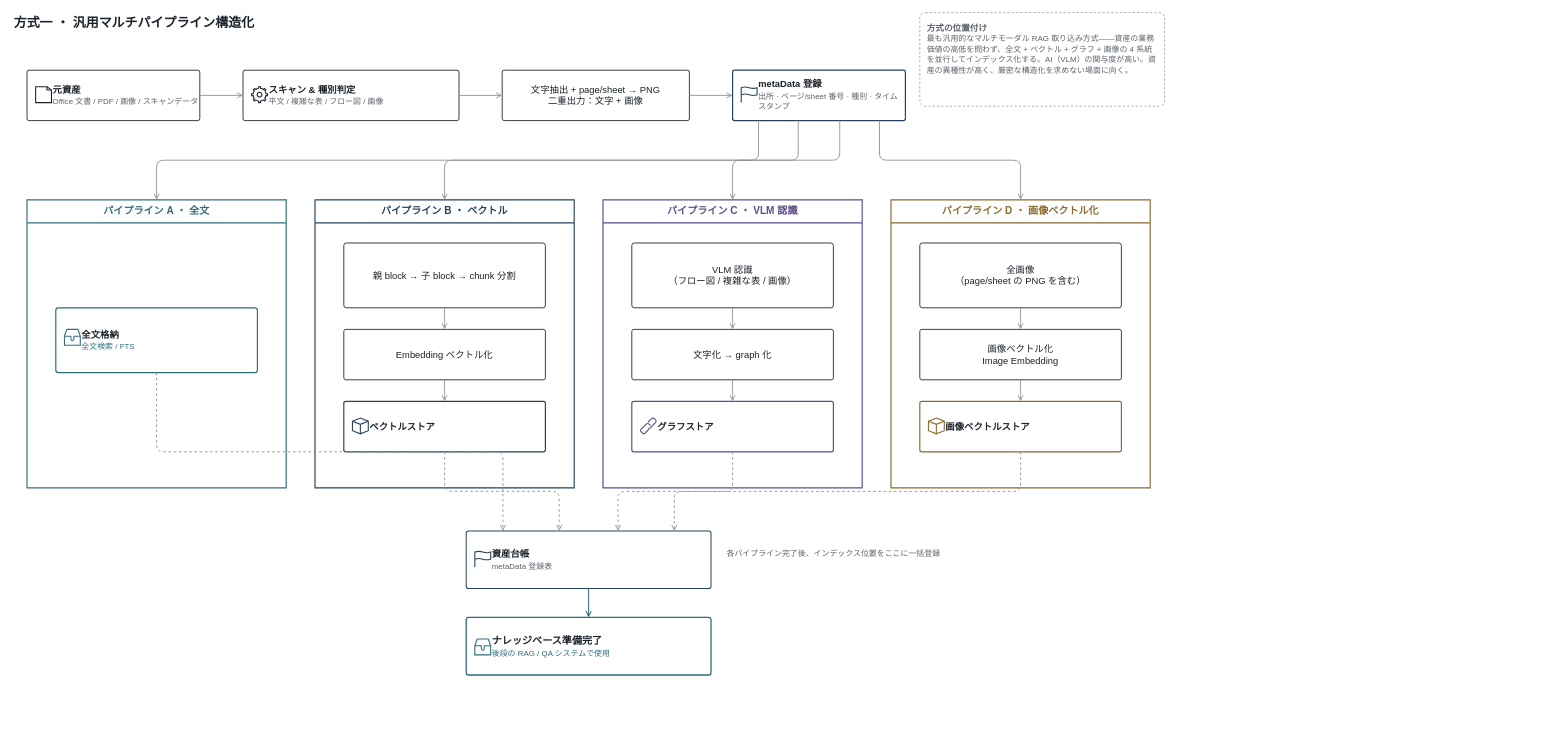
The draw.io diagram docs/public/diagrams/asset-structuring-01-general-ja.drawio in tiand23/AICompass, before the edit. Source tidied: cells renumbered, new cells numbered last; positions are measured from the earlier drawing's top-left corner, leaving out a move shared by most shapes. Both pictures are drawn from the tidied source at 72%, with x=0, y=0 at pixel (12, 12).
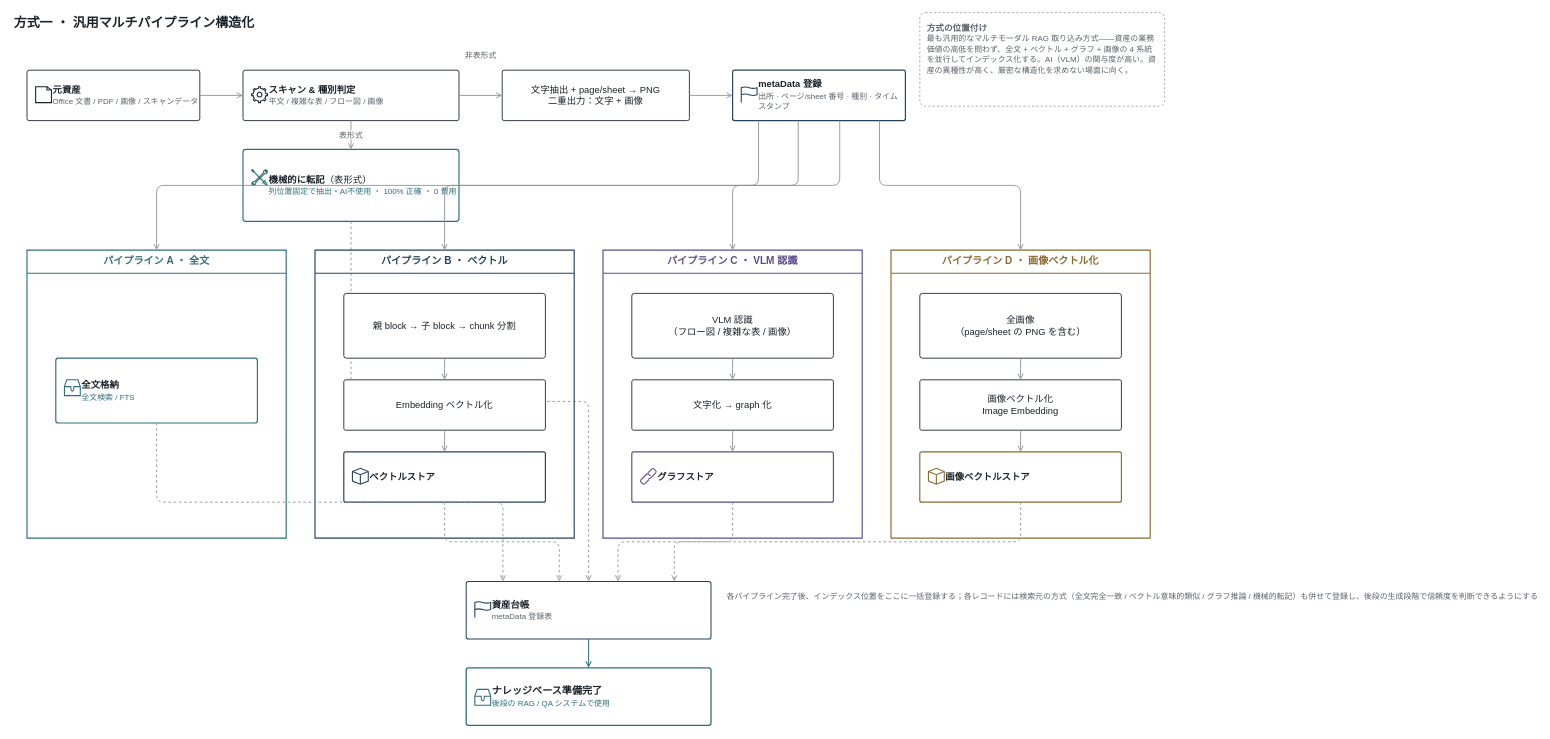
The same page after the edit.

The change refers to these unchanged cells:
```xml
<mxCell id="6" value="&lt;b&gt;スキャン &amp; 種別判定&lt;/b&gt;&lt;br&gt;&lt;font color=#5B6169 style=&quot;font-size:11px&quot;&gt;平文 / 複雑な表 / フロー図 / 画像&lt;/font&gt;" style="rounded=1;arcSize=4;whiteSpace=wrap;html=1;fillColor=#FFFFFF;strokeColor=#1B2229;strokeWidth=1.2;align=left;verticalAlign=middle;spacingLeft=34;fontSize=13;fontColor=#1B2229;fontFamily=Helvetica;" parent="1" vertex="1">
  <mxGeometry x="320" y="80" width="300" height="70" as="geometry" />
</mxCell>
<mxCell id="8" value="文字抽出 + page/sheet → PNG&#10;二重出力：文字 + 画像" style="rounded=1;arcSize=4;whiteSpace=wrap;html=1;fillColor=#FFFFFF;strokeColor=#1B2229;strokeWidth=1.2;fontSize=13;fontColor=#1B2229;fontFamily=Helvetica;" parent="1" vertex="1">
  <mxGeometry x="680" y="80" width="260" height="70" as="geometry" />
</mxCell>
```

Change to the diagram source:
```diff
@@
-    <mxCell id="12" style="edgeStyle=orthogonalEdgeStyle;rounded=1;html=1;jettySize=auto;strokeWidth=1.2;strokeColor=#8A8F96;endArrow=open;endFill=0;" parent="1" edge="1" source="6" target="8">
-      <mxGeometry relative="1" as="geometry" />
+    <mxCell id="12" value="非表形式" style="edgeStyle=orthogonalEdgeStyle;rounded=1;html=1;jettySize=auto;strokeWidth=1.2;strokeColor=#8A8F96;endArrow=open;endFill=0;fontSize=11;fontColor=#5B6169;labelBackgroundColor=#FFFFFF;" parent="1" edge="1" source="6" target="8">
+      <mxGeometry relative="1" as="geometry">
+        <mxPoint y="-55" as="offset" />
+      </mxGeometry>
     </mxCell>
@@
+    <mxCell id="52" value="&lt;b&gt;機械的に転記&lt;/b&gt;（表形式）&lt;br&gt;&lt;font color=#2E6E7A style=&quot;font-size:11px&quot;&gt;列位置固定で抽出・AI不使用 ・ 100% 正確 ・ 0 費用&lt;/font&gt;" style="rounded=1;arcSize=4;whiteSpace=wrap;html=1;fillColor=#FFFFFF;strokeColor=#2E6E7A;strokeWidth=1.6;align=left;verticalAlign=middle;spacingLeft=34;fontSize=13;fontColor=#1B2229;fontFamily=Helvetica;" parent="1" vertex="1">
+      <mxGeometry x="320" y="190" width="300" height="100" as="geometry" />
+    </mxCell>
+    <mxCell id="53" style="shape=mxgraph.ios7.icons.tools;html=1;strokeColor=#2E6E7A;fillColor=none;strokeWidth=1.5;" parent="1" vertex="1">
+      <mxGeometry x="332" y="218" width="22" height="22" as="geometry" />
+    </mxCell>
+    <mxCell id="54" value="表形式" style="edgeStyle=orthogonalEdgeStyle;rounded=1;html=1;jettySize=auto;strokeWidth=1.2;strokeColor=#8A8F96;endArrow=open;endFill=0;fontSize=11;fontColor=#5B6169;labelBackgroundColor=#FFFFFF;exitX=0.5;exitY=1;entryX=0.5;entryY=0;" parent="1" edge="1" source="6" target="52">
+      <mxGeometry relative="1" as="geometry" />
+    </mxCell>
+    <mxCell id="55" style="edgeStyle=orthogonalEdgeStyle;rounded=1;html=1;dashed=1;strokeWidth=1.2;strokeColor=#8A8F96;endArrow=open;endFill=0;exitX=0.5;exitY=1;entryX=0.5;entryY=0;" parent="1" edge="1" source="52" target="42">
+      <mxGeometry relative="1" as="geometry" />
+    </mxCell>
     <mxCell id="14" value="パイプライン A ・ 全文" style="swimlane;startSize=32;arcSize=2;whiteSpace=wrap;html=1;fillColor=none;strokeColor=#2E6E7A;fontSize=14;fontStyle=1;verticalAlign=top;fontColor=#2E6E7A;strokeWidth=1.6;fontFamily=Helvetica;swimlaneFillColor=none;" parent="1" vertex="1">
-      <mxGeometry x="20" y="260" width="360" height="400" as="geometry" />
+      <mxGeometry x="20" y="330" width="360" height="400" as="geometry" />
     </mxCell>
@@
     <mxCell id="17" value="パイプライン B ・ ベクトル" style="swimlane;startSize=32;arcSize=2;whiteSpace=wrap;html=1;fillColor=none;strokeColor=#26415C;fontSize=14;fontStyle=1;verticalAlign=top;fontColor=#26415C;strokeWidth=1.6;fontFamily=Helvetica;swimlaneFillColor=none;" parent="1" vertex="1">
-      <mxGeometry x="420" y="260" width="360" height="400" as="geometry" />
+      <mxGeometry x="420" y="330" width="360" height="400" as="geometry" />
     </mxCell>
@@
     <mxCell id="24" value="パイプライン C ・ VLM 認識" style="swimlane;startSize=32;arcSize=2;whiteSpace=wrap;html=1;fillColor=none;strokeColor=#5B4C8A;fontSize=14;fontStyle=1;verticalAlign=top;fontColor=#5B4C8A;strokeWidth=1.6;fontFamily=Helvetica;swimlaneFillColor=none;" parent="1" vertex="1">
-      <mxGeometry x="820" y="260" width="360" height="400" as="geometry" />
+      <mxGeometry x="820" y="330" width="360" height="400" as="geometry" />
     </mxCell>
@@
     <mxCell id="31" value="パイプライン D ・ 画像ベクトル化" style="swimlane;startSize=32;arcSize=2;whiteSpace=wrap;html=1;fillColor=none;strokeColor=#8A6A2E;fontSize=14;fontStyle=1;verticalAlign=top;fontColor=#8A6A2E;strokeWidth=1.6;fontFamily=Helvetica;swimlaneFillColor=none;" parent="1" vertex="1">
-      <mxGeometry x="1220" y="260" width="360" height="400" as="geometry" />
+      <mxGeometry x="1220" y="330" width="360" height="400" as="geometry" />
     </mxCell>
@@
     <mxCell id="42" value="&lt;b&gt;資産台帳&lt;/b&gt;&lt;br&gt;&lt;font color=#5B6169 style=&quot;font-size:11px&quot;&gt;metaData 登録表&lt;/font&gt;" style="rounded=1;arcSize=4;whiteSpace=wrap;html=1;fillColor=#FFFFFF;strokeColor=#26415C;strokeWidth=1.4;align=left;verticalAlign=middle;spacingLeft=34;fontSize=13;fontColor=#1B2229;fontFamily=Helvetica;" parent="1" vertex="1">
-      <mxGeometry x="630" y="720" width="340" height="80" as="geometry" />
+      <mxGeometry x="630" y="790" width="340" height="80" as="geometry" />
     </mxCell>
     <mxCell id="43" style="shape=mxgraph.ios7.icons.flag;html=1;strokeColor=#26415C;fillColor=none;strokeWidth=1.5;" parent="1" vertex="1">
-      <mxGeometry x="642" y="748" width="22" height="22" as="geometry" />
+      <mxGeometry x="642" y="818" width="22" height="22" as="geometry" />
     </mxCell>
-    <mxCell id="44" value="各パイプライン完了後、インデックス位置をここに一括登録" style="text;html=1;fontSize=11;fontColor=#5B6169;align=left;fontFamily=Helvetica;" parent="1" vertex="1">
-      <mxGeometry x="990" y="738" width="320" height="40" as="geometry" />
+    <mxCell id="44" value="各パイプライン完了後、インデックス位置をここに一括登録する；各レコードには検索元の方式（全文完全一致 / ベクトル意味的類似 / グラフ推論 / 機械的転記）も併せて登録し、後段の生成段階で信頼度を判断できるようにする" style="text;html=1;fontSize=11;fontColor=#5B6169;align=left;verticalAlign=top;fontFamily=Helvetica;" parent="1" vertex="1">
+      <mxGeometry x="990" y="798" width="360" height="80" as="geometry" />
     </mxCell>
@@
     <mxCell id="49" value="&lt;b&gt;ナレッジベース準備完了&lt;/b&gt;&lt;br&gt;&lt;font color=#2E6E7A style=&quot;font-size:11px&quot;&gt;後段の RAG / QA システムで使用&lt;/font&gt;" style="rounded=1;arcSize=4;whiteSpace=wrap;html=1;fillColor=#FFFFFF;strokeColor=#2E6E7A;strokeWidth=1.8;align=left;verticalAlign=middle;spacingLeft=34;fontSize=14;fontColor=#1B2229;fontFamily=Helvetica;" parent="1" vertex="1">
-      <mxGeometry x="630" y="840" width="340" height="80" as="geometry" />
+      <mxGeometry x="630" y="910" width="340" height="80" as="geometry" />
     </mxCell>
     <mxCell id="50" style="shape=mxgraph.ios7.icons.storage;html=1;strokeColor=#2E6E7A;fillColor=none;strokeWidth=1.5;" parent="1" vertex="1">
-      <mxGeometry x="642" y="870" width="22" height="22" as="geometry" />
+      <mxGeometry x="642" y="940" width="22" height="22" as="geometry" />
     </mxCell>
```
